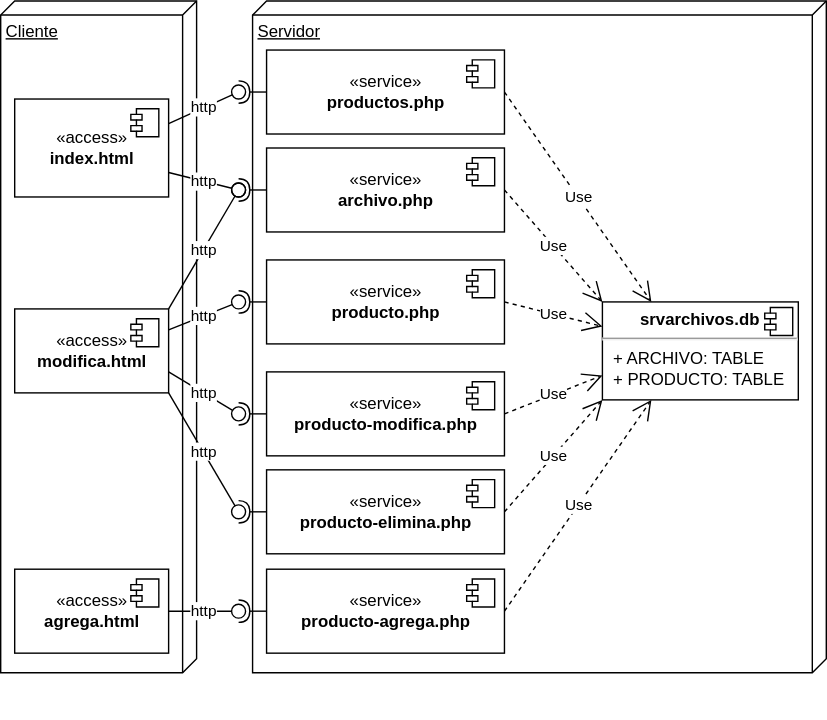
gilpgawoas/gilpgawoas.github.io keeps this draw.io diagram as img/m20archivos/archivosdeploy.drawio.svg. Above is the earlier version. Source tidied: cells renumbered, new cells last; positions are measured from the earlier drawing's top-left corner, leaving out a move shared by most shapes.
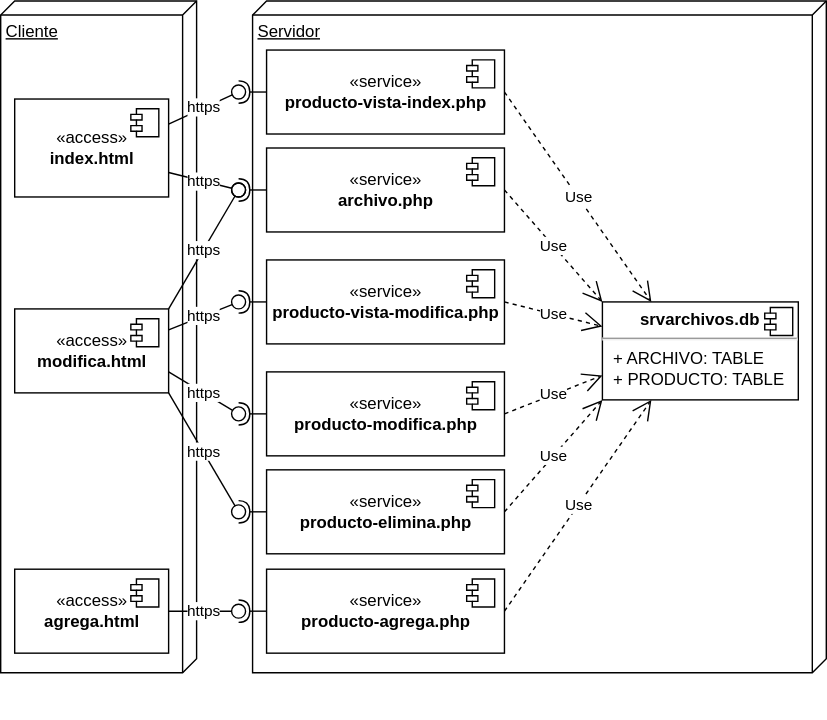
Later version of the same file.

The edit, as a diff of the source:
```diff
@@ -16,7 +16,7 @@
         <mxPoint x="-27" y="7" as="offset" />
       </mxGeometry>
     </mxCell>
-    <mxCell id="6" value="«service»&lt;br&gt;&lt;b&gt;productos.php&lt;/b&gt;" style="html=1;" parent="1" vertex="1">
+    <mxCell id="6" value="«service»&lt;br&gt;&lt;b&gt;producto-vista-index.php&lt;/b&gt;" style="html=1;" parent="1" vertex="1">
       <mxGeometry x="190" y="35" width="170" height="60" as="geometry" />
     </mxCell>
     <mxCell id="7" style="shape=module;jettyWidth=8;jettyHeight=4;" parent="6" vertex="1">
@@ -57,7 +57,7 @@
         <mxPoint x="-27" y="7" as="offset" />
       </mxGeometry>
     </mxCell>
-    <mxCell id="17" value="«service»&lt;br&gt;&lt;b&gt;producto&lt;/b&gt;&lt;b&gt;.php&lt;/b&gt;" style="html=1;" parent="1" vertex="1">
+    <mxCell id="17" value="«service»&lt;br&gt;&lt;b&gt;producto-vista-modifica.php&lt;/b&gt;" style="html=1;" parent="1" vertex="1">
       <mxGeometry x="190" y="185" width="170" height="60" as="geometry" />
     </mxCell>
     <mxCell id="18" style="shape=module;jettyWidth=8;jettyHeight=4;" parent="17" vertex="1">
@@ -130,8 +130,10 @@
     <mxCell id="36" style="rounded=0;jettySize=auto;html=1;endArrow=halfCircle;endFill=0;endSize=6;strokeWidth=1;sketch=0;exitX=0;exitY=0.5;exitDx=0;exitDy=0;" parent="1" edge="1" source="6" target="38">
       <mxGeometry relative="1" as="geometry" />
     </mxCell>
-    <mxCell id="37" value="http" style="rounded=0;jettySize=auto;html=1;endArrow=oval;endFill=0;sketch=0;sourcePerimeterSpacing=0;targetPerimeterSpacing=0;endSize=10;exitX=1;exitY=0.25;exitDx=0;exitDy=0;" parent="1" edge="1" source="4" target="38">
-      <mxGeometry relative="1" as="geometry" />
+    <mxCell id="37" value="https" style="rounded=0;jettySize=auto;html=1;endArrow=oval;endFill=0;sketch=0;sourcePerimeterSpacing=0;targetPerimeterSpacing=0;endSize=10;" parent="1" edge="1" target="38">
+      <mxGeometry relative="1" as="geometry">
+        <mxPoint x="120" y="88" as="sourcePoint" />
+      </mxGeometry>
     </mxCell>
     <mxCell id="38" style="ellipse;whiteSpace=wrap;html=1;align=center;fillColor=none;strokeColor=none;perimeter=centerPerimeter;points=[];outlineConnect=1;" parent="1" vertex="1">
       <mxGeometry x="165" y="60" width="10" height="10" as="geometry" />
@@ -141,13 +143,13 @@
         <mxPoint x="190" y="135" as="sourcePoint" />
       </mxGeometry>
     </mxCell>
-    <mxCell id="40" value="http" style="rounded=0;jettySize=auto;html=1;endArrow=oval;endFill=0;sketch=0;sourcePerimeterSpacing=0;targetPerimeterSpacing=0;endSize=10;exitX=1;exitY=0.75;exitDx=0;exitDy=0;" parent="1" edge="1" source="4" target="41">
+    <mxCell id="40" value="https" style="rounded=0;jettySize=auto;html=1;endArrow=oval;endFill=0;sketch=0;sourcePerimeterSpacing=0;targetPerimeterSpacing=0;endSize=10;exitX=1;exitY=0.75;exitDx=0;exitDy=0;" parent="1" edge="1" source="4" target="41">
       <mxGeometry relative="1" as="geometry" />
     </mxCell>
     <mxCell id="41" style="ellipse;whiteSpace=wrap;html=1;align=center;fillColor=none;strokeColor=none;perimeter=centerPerimeter;points=[];outlineConnect=1;" parent="1" vertex="1">
       <mxGeometry x="165" y="130" width="10" height="10" as="geometry" />
     </mxCell>
-    <mxCell id="42" value="http" style="rounded=0;jettySize=auto;html=1;endArrow=oval;endFill=0;sketch=0;sourcePerimeterSpacing=0;targetPerimeterSpacing=0;endSize=10;exitX=1;exitY=0;exitDx=0;exitDy=0;entryX=0.6;entryY=1.1;entryDx=0;entryDy=0;entryPerimeter=0;" parent="1" edge="1" source="15" target="41">
+    <mxCell id="42" value="https" style="rounded=0;jettySize=auto;html=1;endArrow=oval;endFill=0;sketch=0;sourcePerimeterSpacing=0;targetPerimeterSpacing=0;endSize=10;exitX=1;exitY=0;exitDx=0;exitDy=0;entryX=0.6;entryY=1.1;entryDx=0;entryDy=0;entryPerimeter=0;" parent="1" edge="1" source="15" target="41">
       <mxGeometry relative="1" as="geometry" />
     </mxCell>
     <mxCell id="43" style="rounded=0;jettySize=auto;html=1;endArrow=halfCircle;endFill=0;endSize=6;strokeWidth=1;sketch=0;" parent="1" edge="1" target="45">
@@ -155,7 +157,7 @@
         <mxPoint x="190" y="215" as="sourcePoint" />
       </mxGeometry>
     </mxCell>
-    <mxCell id="44" value="http" style="rounded=0;jettySize=auto;html=1;endArrow=oval;endFill=0;sketch=0;sourcePerimeterSpacing=0;targetPerimeterSpacing=0;endSize=10;exitX=1;exitY=0.25;exitDx=0;exitDy=0;" parent="1" edge="1" source="15" target="45">
+    <mxCell id="44" value="https" style="rounded=0;jettySize=auto;html=1;endArrow=oval;endFill=0;sketch=0;sourcePerimeterSpacing=0;targetPerimeterSpacing=0;endSize=10;exitX=1;exitY=0.25;exitDx=0;exitDy=0;" parent="1" edge="1" source="15" target="45">
       <mxGeometry relative="1" as="geometry" />
     </mxCell>
     <mxCell id="45" style="ellipse;whiteSpace=wrap;html=1;align=center;fillColor=none;strokeColor=none;perimeter=centerPerimeter;points=[];outlineConnect=1;" parent="1" vertex="1">
@@ -166,7 +168,7 @@
         <mxPoint x="190" y="295" as="sourcePoint" />
       </mxGeometry>
     </mxCell>
-    <mxCell id="47" value="http" style="rounded=0;jettySize=auto;html=1;endArrow=oval;endFill=0;sketch=0;sourcePerimeterSpacing=0;targetPerimeterSpacing=0;endSize=10;exitX=1;exitY=0.75;exitDx=0;exitDy=0;" parent="1" edge="1" source="15" target="48">
+    <mxCell id="47" value="https" style="rounded=0;jettySize=auto;html=1;endArrow=oval;endFill=0;sketch=0;sourcePerimeterSpacing=0;targetPerimeterSpacing=0;endSize=10;exitX=1;exitY=0.75;exitDx=0;exitDy=0;" parent="1" edge="1" source="15" target="48">
       <mxGeometry relative="1" as="geometry" />
     </mxCell>
     <mxCell id="48" style="ellipse;whiteSpace=wrap;html=1;align=center;fillColor=none;strokeColor=none;perimeter=centerPerimeter;points=[];outlineConnect=1;" parent="1" vertex="1">
@@ -177,7 +179,7 @@
         <mxPoint x="190" y="365" as="sourcePoint" />
       </mxGeometry>
     </mxCell>
-    <mxCell id="50" value="http" style="rounded=0;jettySize=auto;html=1;endArrow=oval;endFill=0;sketch=0;sourcePerimeterSpacing=0;targetPerimeterSpacing=0;endSize=10;exitX=1;exitY=1;exitDx=0;exitDy=0;" parent="1" edge="1" source="15" target="51">
+    <mxCell id="50" value="https" style="rounded=0;jettySize=auto;html=1;endArrow=oval;endFill=0;sketch=0;sourcePerimeterSpacing=0;targetPerimeterSpacing=0;endSize=10;exitX=1;exitY=1;exitDx=0;exitDy=0;" parent="1" edge="1" source="15" target="51">
       <mxGeometry relative="1" as="geometry" />
     </mxCell>
     <mxCell id="51" style="ellipse;whiteSpace=wrap;html=1;align=center;fillColor=none;strokeColor=none;perimeter=centerPerimeter;points=[];outlineConnect=1;" parent="1" vertex="1">
@@ -188,7 +190,7 @@
         <mxPoint x="190" y="436" as="sourcePoint" />
       </mxGeometry>
     </mxCell>
-    <mxCell id="53" value="http" style="rounded=0;jettySize=auto;html=1;endArrow=oval;endFill=0;sketch=0;sourcePerimeterSpacing=0;targetPerimeterSpacing=0;endSize=10;exitX=1;exitY=0.5;exitDx=0;exitDy=0;" parent="1" edge="1" source="13" target="54">
+    <mxCell id="53" value="https" style="rounded=0;jettySize=auto;html=1;endArrow=oval;endFill=0;sketch=0;sourcePerimeterSpacing=0;targetPerimeterSpacing=0;endSize=10;exitX=1;exitY=0.5;exitDx=0;exitDy=0;" parent="1" edge="1" source="13" target="54">
       <mxGeometry relative="1" as="geometry" />
     </mxCell>
     <mxCell id="54" style="ellipse;whiteSpace=wrap;html=1;align=center;fillColor=none;strokeColor=none;perimeter=centerPerimeter;points=[];outlineConnect=1;" parent="1" vertex="1">
```
